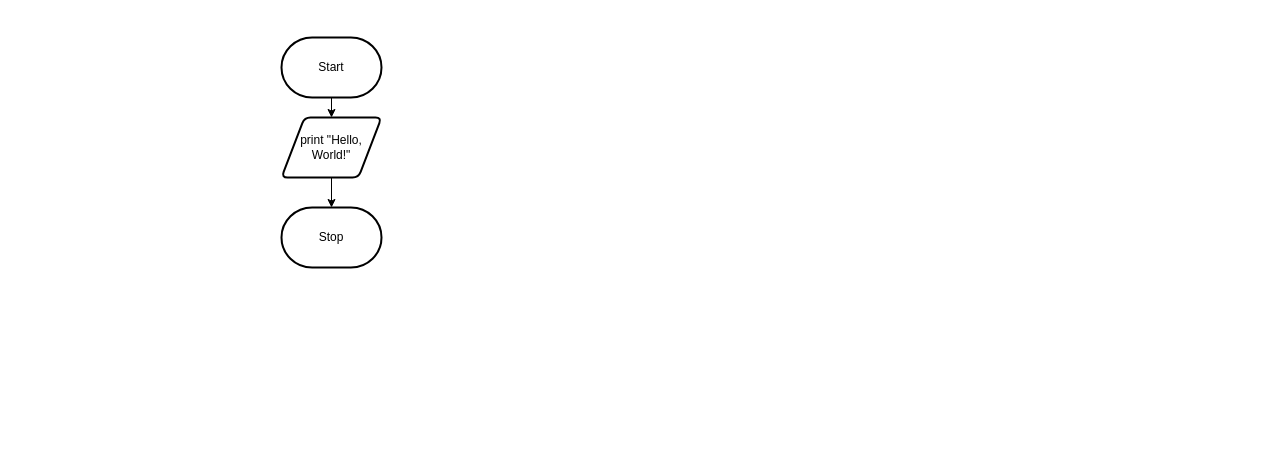
Above: 2-5/design/flowchart.drawio in jakub-malhotra/ICS4U-Unit-2 (draw.io), before the change. Source tidied: cells renumbered, new cells numbered last; positions are measured from the earlier drawing's top-left corner, leaving out a move shared by most shapes. Both pictures are drawn from the tidied source at 100%, with x=0, y=0 at pixel (281, 37).
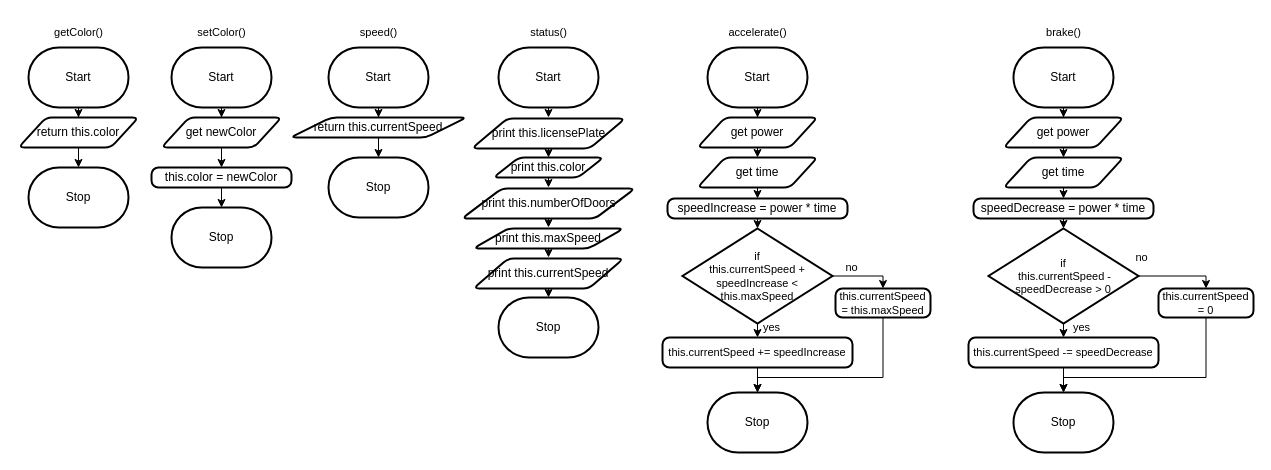
The same diagram, later.

The edit, as a diff of the source:
```diff
@@
     <mxCell id="3" value="Start" style="strokeWidth=2;html=1;shape=mxgraph.flowchart.terminator;whiteSpace=wrap;" parent="1" vertex="1">
-      <mxGeometry width="100" height="60" as="geometry" />
+      <mxGeometry x="-253" y="10" width="100" height="60" as="geometry" />
     </mxCell>
     <mxCell id="4" value="Stop" style="strokeWidth=2;html=1;shape=mxgraph.flowchart.terminator;whiteSpace=wrap;" parent="1" vertex="1">
-      <mxGeometry y="170" width="100" height="60" as="geometry" />
+      <mxGeometry x="-253" y="130" width="100" height="60" as="geometry" />
     </mxCell>
@@
-    <mxCell id="6" value="print &quot;Hello, World!&quot;" style="shape=parallelogram;html=1;strokeWidth=2;perimeter=parallelogramPerimeter;whiteSpace=wrap;rounded=1;arcSize=12;size=0.23;" parent="1" vertex="1">
-      <mxGeometry y="80" width="100" height="60" as="geometry" />
+    <mxCell id="6" value="return this.color" style="shape=parallelogram;html=1;strokeWidth=2;perimeter=parallelogramPerimeter;whiteSpace=wrap;rounded=1;arcSize=12;size=0.23;" parent="1" vertex="1">
+      <mxGeometry x="-263" y="80" width="120" height="30" as="geometry" />
     </mxCell>
+    <mxCell id="7" style="edgeStyle=orthogonalEdgeStyle;html=1;exitX=0.5;exitY=1;exitDx=0;exitDy=0;exitPerimeter=0;rounded=0;" parent="1" edge="1" source="8" target="11">
+      <mxGeometry relative="1" as="geometry" />
+    </mxCell>
+    <mxCell id="8" value="Start" style="strokeWidth=2;html=1;shape=mxgraph.flowchart.terminator;whiteSpace=wrap;" parent="1" vertex="1">
+      <mxGeometry x="-110" y="10" width="100" height="60" as="geometry" />
+    </mxCell>
+    <mxCell id="9" value="Stop" style="strokeWidth=2;html=1;shape=mxgraph.flowchart.terminator;whiteSpace=wrap;" parent="1" vertex="1">
+      <mxGeometry x="-110" y="170" width="100" height="60" as="geometry" />
+    </mxCell>
+    <mxCell id="10" style="edgeStyle=none;html=1;exitX=0.5;exitY=1;exitDx=0;exitDy=0;entryX=0.5;entryY=0;entryDx=0;entryDy=0;" parent="1" edge="1" source="11" target="13">
+      <mxGeometry relative="1" as="geometry" />
+    </mxCell>
+    <mxCell id="11" value="get newColor" style="shape=parallelogram;html=1;strokeWidth=2;perimeter=parallelogramPerimeter;whiteSpace=wrap;rounded=1;arcSize=12;size=0.23;" parent="1" vertex="1">
+      <mxGeometry x="-120" y="80" width="120" height="30" as="geometry" />
+    </mxCell>
+    <mxCell id="12" style="edgeStyle=none;html=1;exitX=0.5;exitY=1;exitDx=0;exitDy=0;entryX=0.5;entryY=0;entryDx=0;entryDy=0;entryPerimeter=0;" parent="1" edge="1" source="13" target="9">
+      <mxGeometry relative="1" as="geometry" />
+    </mxCell>
+    <mxCell id="13" value="this.color = newColor" style="rounded=1;whiteSpace=wrap;html=1;absoluteArcSize=1;arcSize=14;strokeWidth=2;" parent="1" vertex="1">
+      <mxGeometry x="-130" y="130" width="140" height="20" as="geometry" />
+    </mxCell>
+    <mxCell id="14" style="edgeStyle=orthogonalEdgeStyle;html=1;exitX=0.5;exitY=1;exitDx=0;exitDy=0;exitPerimeter=0;rounded=0;" parent="1" edge="1" source="15" target="18">
+      <mxGeometry relative="1" as="geometry" />
+    </mxCell>
+    <mxCell id="15" value="Start" style="strokeWidth=2;html=1;shape=mxgraph.flowchart.terminator;whiteSpace=wrap;" parent="1" vertex="1">
+      <mxGeometry x="47" y="10" width="100" height="60" as="geometry" />
+    </mxCell>
+    <mxCell id="16" value="Stop" style="strokeWidth=2;html=1;shape=mxgraph.flowchart.terminator;whiteSpace=wrap;" parent="1" vertex="1">
+      <mxGeometry x="47" y="120" width="100" height="60" as="geometry" />
+    </mxCell>
+    <mxCell id="17" style="edgeStyle=orthogonalEdgeStyle;rounded=0;html=1;exitX=0.5;exitY=1;exitDx=0;exitDy=0;entryX=0.5;entryY=0;entryDx=0;entryDy=0;entryPerimeter=0;" parent="1" edge="1" source="18" target="16">
+      <mxGeometry relative="1" as="geometry" />
+    </mxCell>
+    <mxCell id="18" value="return this.currentSpeed" style="shape=parallelogram;html=1;strokeWidth=2;perimeter=parallelogramPerimeter;whiteSpace=wrap;rounded=1;arcSize=12;size=0.23;" parent="1" vertex="1">
+      <mxGeometry x="9" y="80" width="176" height="20" as="geometry" />
+    </mxCell>
+    <mxCell id="19" style="edgeStyle=none;html=1;exitX=0.5;exitY=1;exitDx=0;exitDy=0;" parent="1" edge="1" target="22">
+      <mxGeometry relative="1" as="geometry">
+        <mxPoint x="267" y="110" as="sourcePoint" />
+      </mxGeometry>
+    </mxCell>
+    <mxCell id="20" value="print this.licensePlate" style="shape=parallelogram;html=1;strokeWidth=2;perimeter=parallelogramPerimeter;whiteSpace=wrap;rounded=1;arcSize=12;size=0.23;" parent="1" vertex="1">
+      <mxGeometry x="190.5" y="81" width="153" height="30" as="geometry" />
+    </mxCell>
+    <mxCell id="21" style="edgeStyle=none;html=1;exitX=0.5;exitY=1;exitDx=0;exitDy=0;entryX=0.5;entryY=0;entryDx=0;entryDy=0;" parent="1" edge="1" source="22">
+      <mxGeometry relative="1" as="geometry">
+        <mxPoint x="267" y="150" as="targetPoint" />
+      </mxGeometry>
+    </mxCell>
+    <mxCell id="22" value="print this.color" style="shape=parallelogram;html=1;strokeWidth=2;perimeter=parallelogramPerimeter;whiteSpace=wrap;rounded=1;arcSize=12;size=0.23;" parent="1" vertex="1">
+      <mxGeometry x="212" y="120" width="110" height="20" as="geometry" />
+    </mxCell>
+    <mxCell id="23" style="edgeStyle=orthogonalEdgeStyle;html=1;exitX=0.5;exitY=1;exitDx=0;exitDy=0;entryX=0.5;entryY=0;entryDx=0;entryDy=0;rounded=0;" parent="1" edge="1">
+      <mxGeometry relative="1" as="geometry">
+        <mxPoint x="267" y="180" as="sourcePoint" />
+        <mxPoint x="267" y="190" as="targetPoint" />
+      </mxGeometry>
+    </mxCell>
+    <mxCell id="24" value="print&amp;nbsp;this.numberOfDoors" style="shape=parallelogram;html=1;strokeWidth=2;perimeter=parallelogramPerimeter;whiteSpace=wrap;rounded=1;arcSize=12;size=0.23;" parent="1" vertex="1">
+      <mxGeometry x="180.5" y="151" width="173" height="30" as="geometry" />
+    </mxCell>
+    <mxCell id="25" style="edgeStyle=orthogonalEdgeStyle;rounded=0;html=1;exitX=0.5;exitY=1;exitDx=0;exitDy=0;entryX=0.5;entryY=0;entryDx=0;entryDy=0;entryPerimeter=0;" parent="1" edge="1" target="31">
+      <mxGeometry relative="1" as="geometry">
+        <mxPoint x="267" y="250" as="sourcePoint" />
+      </mxGeometry>
+    </mxCell>
+    <mxCell id="26" value="print&amp;nbsp;this.currentSpeed" style="shape=parallelogram;html=1;strokeWidth=2;perimeter=parallelogramPerimeter;whiteSpace=wrap;rounded=1;arcSize=12;size=0.23;" parent="1" vertex="1">
+      <mxGeometry x="192" y="221" width="150" height="30" as="geometry" />
+    </mxCell>
+    <mxCell id="27" style="edgeStyle=orthogonalEdgeStyle;rounded=0;html=1;exitX=0.5;exitY=1;exitDx=0;exitDy=0;entryX=0.5;entryY=0;entryDx=0;entryDy=0;" parent="1" edge="1">
+      <mxGeometry relative="1" as="geometry">
+        <mxPoint x="267" y="210" as="sourcePoint" />
+        <mxPoint x="267" y="220" as="targetPoint" />
+      </mxGeometry>
+    </mxCell>
+    <mxCell id="28" value="print this.maxSpeed" style="shape=parallelogram;html=1;strokeWidth=2;perimeter=parallelogramPerimeter;whiteSpace=wrap;rounded=1;arcSize=12;size=0.23;" parent="1" vertex="1">
+      <mxGeometry x="192" y="191" width="150" height="20" as="geometry" />
+    </mxCell>
+    <mxCell id="29" style="edgeStyle=none;html=1;exitX=0.5;exitY=1;exitDx=0;exitDy=0;exitPerimeter=0;entryX=0.5;entryY=0;entryDx=0;entryDy=0;" parent="1" edge="1" source="30">
+      <mxGeometry relative="1" as="geometry">
+        <mxPoint x="267" y="80" as="targetPoint" />
+      </mxGeometry>
+    </mxCell>
+    <mxCell id="30" value="Start" style="strokeWidth=2;html=1;shape=mxgraph.flowchart.terminator;whiteSpace=wrap;" parent="1" vertex="1">
+      <mxGeometry x="217" y="10" width="100" height="60" as="geometry" />
+    </mxCell>
+    <mxCell id="31" value="Stop" style="strokeWidth=2;html=1;shape=mxgraph.flowchart.terminator;whiteSpace=wrap;" parent="1" vertex="1">
+      <mxGeometry x="217" y="260" width="100" height="60" as="geometry" />
+    </mxCell>
+    <mxCell id="32" style="edgeStyle=orthogonalEdgeStyle;html=1;exitX=0.5;exitY=1;exitDx=0;exitDy=0;exitPerimeter=0;rounded=0;" parent="1" edge="1" source="33" target="36">
+      <mxGeometry relative="1" as="geometry" />
+    </mxCell>
+    <mxCell id="33" value="Start" style="strokeWidth=2;html=1;shape=mxgraph.flowchart.terminator;whiteSpace=wrap;" parent="1" vertex="1">
+      <mxGeometry x="426" y="10" width="100" height="60" as="geometry" />
+    </mxCell>
+    <mxCell id="34" value="Stop" style="strokeWidth=2;html=1;shape=mxgraph.flowchart.terminator;whiteSpace=wrap;" parent="1" vertex="1">
+      <mxGeometry x="426" y="355" width="100" height="60" as="geometry" />
+    </mxCell>
+    <mxCell id="35" style="edgeStyle=orthogonalEdgeStyle;shape=connector;rounded=0;html=1;exitX=0.5;exitY=1;exitDx=0;exitDy=0;entryX=0.5;entryY=0;entryDx=0;entryDy=0;labelBackgroundColor=default;strokeColor=default;fontFamily=Helvetica;fontSize=11;fontColor=default;endArrow=classic;" parent="1" edge="1" source="36" target="40">
+      <mxGeometry relative="1" as="geometry" />
+    </mxCell>
+    <mxCell id="36" value="get power" style="shape=parallelogram;html=1;strokeWidth=2;perimeter=parallelogramPerimeter;whiteSpace=wrap;rounded=1;arcSize=12;size=0.23;" parent="1" vertex="1">
+      <mxGeometry x="416" y="80" width="120" height="30" as="geometry" />
+    </mxCell>
+    <mxCell id="37" style="edgeStyle=orthogonalEdgeStyle;shape=connector;rounded=0;html=1;exitX=0.5;exitY=1;exitDx=0;exitDy=0;entryX=0.5;entryY=0;entryDx=0;entryDy=0;entryPerimeter=0;labelBackgroundColor=default;strokeColor=default;fontFamily=Helvetica;fontSize=11;fontColor=default;endArrow=classic;" parent="1" edge="1" source="38" target="43">
+      <mxGeometry relative="1" as="geometry" />
+    </mxCell>
+    <mxCell id="38" value="speedIncrease = power * time" style="rounded=1;whiteSpace=wrap;html=1;absoluteArcSize=1;arcSize=14;strokeWidth=2;" parent="1" vertex="1">
+      <mxGeometry x="386" y="161" width="180" height="20" as="geometry" />
+    </mxCell>
+    <mxCell id="39" style="edgeStyle=orthogonalEdgeStyle;shape=connector;rounded=0;html=1;exitX=0.5;exitY=1;exitDx=0;exitDy=0;entryX=0.5;entryY=0;entryDx=0;entryDy=0;labelBackgroundColor=default;strokeColor=default;fontFamily=Helvetica;fontSize=11;fontColor=default;endArrow=classic;" parent="1" edge="1" source="40" target="38">
+      <mxGeometry relative="1" as="geometry" />
+    </mxCell>
+    <mxCell id="40" value="get time" style="shape=parallelogram;html=1;strokeWidth=2;perimeter=parallelogramPerimeter;whiteSpace=wrap;rounded=1;arcSize=12;size=0.23;" parent="1" vertex="1">
+      <mxGeometry x="416" y="120" width="120" height="30" as="geometry" />
+    </mxCell>
+    <mxCell id="41" style="edgeStyle=orthogonalEdgeStyle;shape=connector;rounded=0;html=1;exitX=0.5;exitY=1;exitDx=0;exitDy=0;exitPerimeter=0;entryX=0.5;entryY=0;entryDx=0;entryDy=0;labelBackgroundColor=default;strokeColor=default;fontFamily=Helvetica;fontSize=11;fontColor=default;endArrow=classic;" parent="1" edge="1" source="43" target="45">
+      <mxGeometry relative="1" as="geometry" />
+    </mxCell>
+    <mxCell id="42" style="edgeStyle=orthogonalEdgeStyle;shape=connector;rounded=0;html=1;exitX=1;exitY=0.5;exitDx=0;exitDy=0;exitPerimeter=0;entryX=0.5;entryY=0;entryDx=0;entryDy=0;labelBackgroundColor=default;strokeColor=default;fontFamily=Helvetica;fontSize=11;fontColor=default;endArrow=classic;" parent="1" edge="1" source="43" target="47">
+      <mxGeometry relative="1" as="geometry" />
+    </mxCell>
+    <mxCell id="43" value="if&lt;br&gt;this.currentSpeed + speedIncrease &amp;lt; this.maxSpeed" style="strokeWidth=2;html=1;shape=mxgraph.flowchart.decision;whiteSpace=wrap;fontFamily=Helvetica;fontSize=11;fontColor=default;" parent="1" vertex="1">
+      <mxGeometry x="401" y="191" width="150" height="95" as="geometry" />
+    </mxCell>
+    <mxCell id="44" style="edgeStyle=orthogonalEdgeStyle;shape=connector;rounded=0;html=1;exitX=0.5;exitY=1;exitDx=0;exitDy=0;entryX=0.5;entryY=0;entryDx=0;entryDy=0;entryPerimeter=0;labelBackgroundColor=default;strokeColor=default;fontFamily=Helvetica;fontSize=11;fontColor=default;endArrow=classic;" parent="1" edge="1" source="45" target="34">
+      <mxGeometry relative="1" as="geometry" />
+    </mxCell>
+    <mxCell id="45" value="this.currentSpeed += speedIncrease" style="rounded=1;whiteSpace=wrap;html=1;absoluteArcSize=1;arcSize=14;strokeWidth=2;fontFamily=Helvetica;fontSize=11;fontColor=default;" parent="1" vertex="1">
+      <mxGeometry x="381" y="300" width="190" height="30" as="geometry" />
+    </mxCell>
+    <mxCell id="46" style="edgeStyle=orthogonalEdgeStyle;shape=connector;rounded=0;html=1;exitX=0.5;exitY=1;exitDx=0;exitDy=0;entryX=0.5;entryY=0;entryDx=0;entryDy=0;entryPerimeter=0;labelBackgroundColor=default;strokeColor=default;fontFamily=Helvetica;fontSize=11;fontColor=default;endArrow=classic;" parent="1" edge="1" source="47" target="34">
+      <mxGeometry relative="1" as="geometry">
+        <Array as="points">
+          <mxPoint x="602" y="340" />
+          <mxPoint x="476" y="340" />
+        </Array>
+      </mxGeometry>
+    </mxCell>
+    <mxCell id="47" value="this.currentSpeed = this.maxSpeed" style="rounded=1;whiteSpace=wrap;html=1;absoluteArcSize=1;arcSize=14;strokeWidth=2;fontFamily=Helvetica;fontSize=11;fontColor=default;" parent="1" vertex="1">
+      <mxGeometry x="554" y="251" width="95" height="29" as="geometry" />
+    </mxCell>
+    <mxCell id="48" style="edgeStyle=orthogonalEdgeStyle;html=1;exitX=0.5;exitY=1;exitDx=0;exitDy=0;exitPerimeter=0;rounded=0;" parent="1" edge="1" source="49" target="52">
+      <mxGeometry relative="1" as="geometry" />
+    </mxCell>
+    <mxCell id="49" value="Start" style="strokeWidth=2;html=1;shape=mxgraph.flowchart.terminator;whiteSpace=wrap;" parent="1" vertex="1">
+      <mxGeometry x="732" y="10" width="100" height="60" as="geometry" />
+    </mxCell>
+    <mxCell id="50" value="Stop" style="strokeWidth=2;html=1;shape=mxgraph.flowchart.terminator;whiteSpace=wrap;" parent="1" vertex="1">
+      <mxGeometry x="732" y="355" width="100" height="60" as="geometry" />
+    </mxCell>
+    <mxCell id="51" style="edgeStyle=orthogonalEdgeStyle;shape=connector;rounded=0;html=1;exitX=0.5;exitY=1;exitDx=0;exitDy=0;entryX=0.5;entryY=0;entryDx=0;entryDy=0;labelBackgroundColor=default;strokeColor=default;fontFamily=Helvetica;fontSize=11;fontColor=default;endArrow=classic;" parent="1" edge="1" source="52" target="56">
+      <mxGeometry relative="1" as="geometry" />
+    </mxCell>
+    <mxCell id="52" value="get power" style="shape=parallelogram;html=1;strokeWidth=2;perimeter=parallelogramPerimeter;whiteSpace=wrap;rounded=1;arcSize=12;size=0.23;" parent="1" vertex="1">
+      <mxGeometry x="722" y="80" width="120" height="30" as="geometry" />
+    </mxCell>
+    <mxCell id="53" style="edgeStyle=orthogonalEdgeStyle;shape=connector;rounded=0;html=1;exitX=0.5;exitY=1;exitDx=0;exitDy=0;entryX=0.5;entryY=0;entryDx=0;entryDy=0;entryPerimeter=0;labelBackgroundColor=default;strokeColor=default;fontFamily=Helvetica;fontSize=11;fontColor=default;endArrow=classic;" parent="1" edge="1" source="54" target="59">
+      <mxGeometry relative="1" as="geometry" />
+    </mxCell>
+    <mxCell id="54" value="speedDecrease = power * time" style="rounded=1;whiteSpace=wrap;html=1;absoluteArcSize=1;arcSize=14;strokeWidth=2;" parent="1" vertex="1">
+      <mxGeometry x="692" y="161" width="180" height="20" as="geometry" />
+    </mxCell>
+    <mxCell id="55" style="edgeStyle=orthogonalEdgeStyle;shape=connector;rounded=0;html=1;exitX=0.5;exitY=1;exitDx=0;exitDy=0;entryX=0.5;entryY=0;entryDx=0;entryDy=0;labelBackgroundColor=default;strokeColor=default;fontFamily=Helvetica;fontSize=11;fontColor=default;endArrow=classic;" parent="1" edge="1" source="56" target="54">
+      <mxGeometry relative="1" as="geometry" />
+    </mxCell>
+    <mxCell id="56" value="get time" style="shape=parallelogram;html=1;strokeWidth=2;perimeter=parallelogramPerimeter;whiteSpace=wrap;rounded=1;arcSize=12;size=0.23;" parent="1" vertex="1">
+      <mxGeometry x="722" y="120" width="120" height="30" as="geometry" />
+    </mxCell>
+    <mxCell id="57" style="edgeStyle=orthogonalEdgeStyle;shape=connector;rounded=0;html=1;exitX=0.5;exitY=1;exitDx=0;exitDy=0;exitPerimeter=0;entryX=0.5;entryY=0;entryDx=0;entryDy=0;labelBackgroundColor=default;strokeColor=default;fontFamily=Helvetica;fontSize=11;fontColor=default;endArrow=classic;" parent="1" edge="1" source="59" target="61">
+      <mxGeometry relative="1" as="geometry" />
+    </mxCell>
+    <mxCell id="58" style="edgeStyle=orthogonalEdgeStyle;shape=connector;rounded=0;html=1;exitX=1;exitY=0.5;exitDx=0;exitDy=0;exitPerimeter=0;entryX=0.5;entryY=0;entryDx=0;entryDy=0;labelBackgroundColor=default;strokeColor=default;fontFamily=Helvetica;fontSize=11;fontColor=default;endArrow=classic;" parent="1" edge="1" source="59" target="63">
+      <mxGeometry relative="1" as="geometry" />
+    </mxCell>
+    <mxCell id="59" value="if&lt;br&gt;&amp;nbsp;this.currentSpeed - speedDecrease &amp;gt; 0" style="strokeWidth=2;html=1;shape=mxgraph.flowchart.decision;whiteSpace=wrap;fontFamily=Helvetica;fontSize=11;fontColor=default;" parent="1" vertex="1">
+      <mxGeometry x="707" y="191" width="150" height="95" as="geometry" />
+    </mxCell>
+    <mxCell id="60" style="edgeStyle=orthogonalEdgeStyle;shape=connector;rounded=0;html=1;exitX=0.5;exitY=1;exitDx=0;exitDy=0;entryX=0.5;entryY=0;entryDx=0;entryDy=0;entryPerimeter=0;labelBackgroundColor=default;strokeColor=default;fontFamily=Helvetica;fontSize=11;fontColor=default;endArrow=classic;" parent="1" edge="1" source="61" target="50">
+      <mxGeometry relative="1" as="geometry" />
+    </mxCell>
+    <mxCell id="61" value="this.currentSpeed -= speedDecrease" style="rounded=1;whiteSpace=wrap;html=1;absoluteArcSize=1;arcSize=14;strokeWidth=2;fontFamily=Helvetica;fontSize=11;fontColor=default;" parent="1" vertex="1">
+      <mxGeometry x="687" y="300" width="190" height="30" as="geometry" />
+    </mxCell>
+    <mxCell id="62" style="edgeStyle=orthogonalEdgeStyle;shape=connector;rounded=0;html=1;exitX=0.5;exitY=1;exitDx=0;exitDy=0;entryX=0.5;entryY=0;entryDx=0;entryDy=0;entryPerimeter=0;labelBackgroundColor=default;strokeColor=default;fontFamily=Helvetica;fontSize=11;fontColor=default;endArrow=classic;" parent="1" edge="1" source="63" target="50">
+      <mxGeometry relative="1" as="geometry">
+        <Array as="points">
+          <mxPoint x="925" y="340" />
+          <mxPoint x="782" y="340" />
+        </Array>
+      </mxGeometry>
+    </mxCell>
+    <mxCell id="63" value="this.currentSpeed = 0" style="rounded=1;whiteSpace=wrap;html=1;absoluteArcSize=1;arcSize=14;strokeWidth=2;fontFamily=Helvetica;fontSize=11;fontColor=default;" parent="1" vertex="1">
+      <mxGeometry x="877" y="251" width="95" height="29" as="geometry" />
+    </mxCell>
+    <mxCell id="64" value="no" style="text;html=1;align=center;verticalAlign=middle;strokeColor=none;fillColor=none;fontSize=11;fontFamily=Helvetica;fontColor=default;" parent="1" vertex="1">
+      <mxGeometry x="550" y="215" width="40" height="30" as="geometry" />
+    </mxCell>
+    <mxCell id="65" value="yes" style="text;html=1;align=center;verticalAlign=middle;strokeColor=none;fillColor=none;fontSize=11;fontFamily=Helvetica;fontColor=default;" parent="1" vertex="1">
+      <mxGeometry x="470" y="275" width="40" height="30" as="geometry" />
+    </mxCell>
+    <mxCell id="66" value="no" style="text;html=1;align=center;verticalAlign=middle;strokeColor=none;fillColor=none;fontSize=11;fontFamily=Helvetica;fontColor=default;" parent="1" vertex="1">
+      <mxGeometry x="840" y="205" width="40" height="30" as="geometry" />
+    </mxCell>
+    <mxCell id="67" value="yes" style="text;html=1;align=center;verticalAlign=middle;strokeColor=none;fillColor=none;fontSize=11;fontFamily=Helvetica;fontColor=default;" parent="1" vertex="1">
+      <mxGeometry x="780" y="275" width="40" height="30" as="geometry" />
+    </mxCell>
+    <mxCell id="68" value="brake()" style="text;html=1;align=center;verticalAlign=middle;strokeColor=none;fillColor=none;fontSize=11;fontFamily=Helvetica;fontColor=default;" parent="1" vertex="1">
+      <mxGeometry x="752" y="-20" width="60" height="30" as="geometry" />
+    </mxCell>
+    <mxCell id="69" value="accelerate()" style="text;html=1;align=center;verticalAlign=middle;strokeColor=none;fillColor=none;fontSize=11;fontFamily=Helvetica;fontColor=default;" parent="1" vertex="1">
+      <mxGeometry x="436" y="-20" width="80" height="30" as="geometry" />
+    </mxCell>
+    <mxCell id="70" value="status()" style="text;html=1;align=center;verticalAlign=middle;strokeColor=none;fillColor=none;fontSize=11;fontFamily=Helvetica;fontColor=default;" parent="1" vertex="1">
+      <mxGeometry x="237" y="-20" width="60" height="30" as="geometry" />
+    </mxCell>
+    <mxCell id="71" value="speed()" style="text;html=1;align=center;verticalAlign=middle;strokeColor=none;fillColor=none;fontSize=11;fontFamily=Helvetica;fontColor=default;" parent="1" vertex="1">
+      <mxGeometry x="67" y="-20" width="60" height="30" as="geometry" />
+    </mxCell>
+    <mxCell id="72" value="setColor()" style="text;html=1;align=center;verticalAlign=middle;strokeColor=none;fillColor=none;fontSize=11;fontFamily=Helvetica;fontColor=default;" parent="1" vertex="1">
+      <mxGeometry x="-95" y="-20" width="70" height="30" as="geometry" />
+    </mxCell>
+    <mxCell id="73" value="getColor()" style="text;html=1;align=center;verticalAlign=middle;strokeColor=none;fillColor=none;fontSize=11;fontFamily=Helvetica;fontColor=default;" parent="1" vertex="1">
+      <mxGeometry x="-238" y="-20" width="70" height="30" as="geometry" />
+    </mxCell>
```
